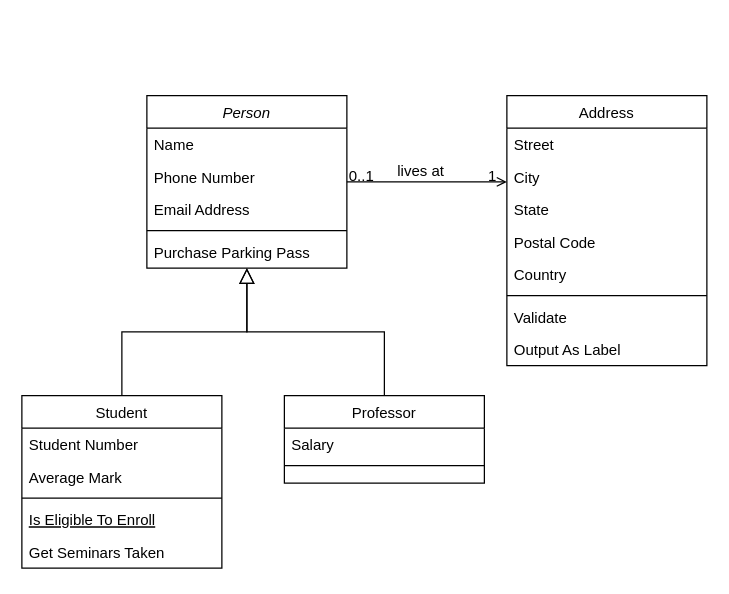
Above: Untitled Diagram.drawio in MiniWilford/Vehicles2022Maven (draw.io), before the change. Source tidied: cells renumbered, new cells numbered last; positions are measured from the earlier drawing's top-left corner, leaving out a move shared by most shapes. Both pictures are drawn from the tidied source at 125%, with x=0, y=0 at pixel (21, 95).
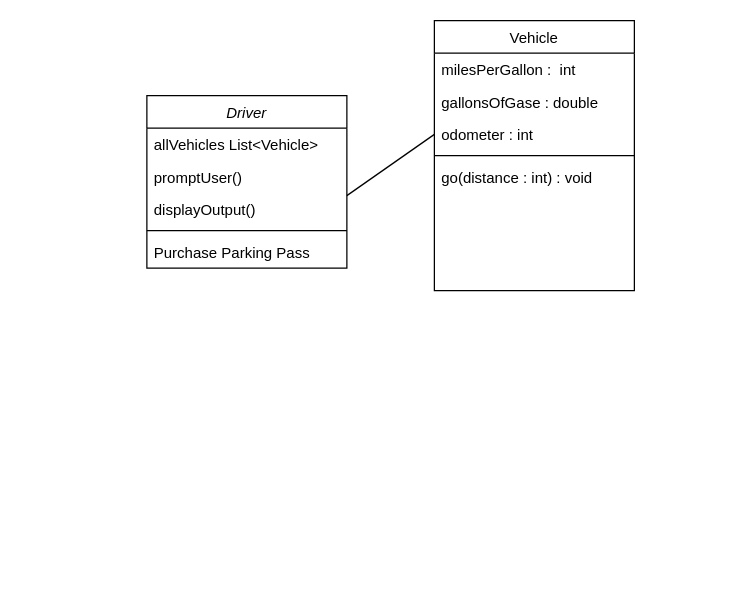
The same page after the edit.

Commit message:
Vehicles Class Diagram.drawio

Change to the diagram source:
```diff
@@
-    <mxCell id="2" value="Person" style="swimlane;fontStyle=2;align=center;verticalAlign=top;horizontal=1;startSize=26;rounded=0;shadow=0;strokeWidth=1;" parent="1" vertex="1">
+    <mxCell id="2" value="Driver" style="swimlane;fontStyle=2;align=center;verticalAlign=top;horizontal=1;startSize=26;rounded=0;shadow=0;strokeWidth=1;" parent="1" vertex="1">
       <mxGeometry x="100" width="160" height="138" as="geometry" />
     </mxCell>
-    <mxCell id="3" value="Name" style="text;align=left;verticalAlign=top;spacingLeft=4;spacingRight=4;overflow=hidden;" parent="2" vertex="1">
+    <mxCell id="3" value="allVehicles List&lt;Vehicle&gt;" style="text;align=left;verticalAlign=top;spacingLeft=4;spacingRight=4;overflow=hidden;" parent="2" vertex="1">
       <mxGeometry y="26" width="160" height="26" as="geometry" />
     </mxCell>
-    <mxCell id="4" value="Phone Number" style="text;align=left;verticalAlign=top;spacingLeft=4;spacingRight=4;overflow=hidden;rounded=0;shadow=0;html=0;" parent="2" vertex="1">
+    <mxCell id="4" value="promptUser()" style="text;align=left;verticalAlign=top;spacingLeft=4;spacingRight=4;overflow=hidden;rounded=0;shadow=0;html=0;" parent="2" vertex="1">
       <mxGeometry y="52" width="160" height="26" as="geometry" />
     </mxCell>
-    <mxCell id="5" value="Email Address" style="text;align=left;verticalAlign=top;spacingLeft=4;spacingRight=4;overflow=hidden;rounded=0;shadow=0;html=0;" parent="2" vertex="1">
+    <mxCell id="5" value="displayOutput()" style="text;align=left;verticalAlign=top;spacingLeft=4;spacingRight=4;overflow=hidden;rounded=0;shadow=0;html=0;" parent="2" vertex="1">
       <mxGeometry y="78" width="160" height="26" as="geometry" />
     </mxCell>
@@
-    <mxCell id="8" value="Student" style="swimlane;fontStyle=0;align=center;verticalAlign=top;horizontal=1;startSize=26;rounded=0;shadow=0;strokeWidth=1;" parent="1" vertex="1">
-      <mxGeometry y="240" width="160" height="138" as="geometry" />
-    </mxCell>
-    <mxCell id="9" value="Student Number" style="text;align=left;verticalAlign=top;spacingLeft=4;spacingRight=4;overflow=hidden;" parent="8" vertex="1">
-      <mxGeometry y="26" width="160" height="26" as="geometry" />
-    </mxCell>
-    <mxCell id="10" value="Average Mark" style="text;align=left;verticalAlign=top;spacingLeft=4;spacingRight=4;overflow=hidden;rounded=0;shadow=0;html=0;" parent="8" vertex="1">
-      <mxGeometry y="52" width="160" height="26" as="geometry" />
-    </mxCell>
-    <mxCell id="11" style="line;html=1;strokeWidth=1;align=left;verticalAlign=middle;spacingTop=-1;spacingLeft=3;spacingRight=3;labelPosition=right;" parent="8" vertex="1">
-      <mxGeometry y="78" width="160" height="8" as="geometry" />
-    </mxCell>
-    <mxCell id="12" value="Is Eligible To Enroll" style="text;align=left;verticalAlign=top;spacingLeft=4;spacingRight=4;overflow=hidden;fontStyle=4;" parent="8" vertex="1">
-      <mxGeometry y="86" width="160" height="26" as="geometry" />
-    </mxCell>
-    <mxCell id="13" value="Get Seminars Taken" style="text;align=left;verticalAlign=top;spacingLeft=4;spacingRight=4;overflow=hidden;" parent="8" vertex="1">
-      <mxGeometry y="112" width="160" height="26" as="geometry" />
-    </mxCell>
-    <mxCell id="14" style="endArrow=block;endSize=10;endFill=0;shadow=0;strokeWidth=1;rounded=0;edgeStyle=elbowEdgeStyle;elbow=vertical;" parent="1" edge="1" source="8" target="2">
-      <mxGeometry relative="1" as="geometry" />
-    </mxCell>
-    <mxCell id="15" value="Professor" style="swimlane;fontStyle=0;align=center;verticalAlign=top;horizontal=1;startSize=26;rounded=0;shadow=0;strokeWidth=1;" parent="1" vertex="1">
-      <mxGeometry x="210" y="240" width="160" height="70" as="geometry" />
-    </mxCell>
-    <mxCell id="16" value="Salary" style="text;align=left;verticalAlign=top;spacingLeft=4;spacingRight=4;overflow=hidden;" parent="15" vertex="1">
-      <mxGeometry y="26" width="160" height="26" as="geometry" />
-    </mxCell>
-    <mxCell id="17" style="line;html=1;strokeWidth=1;align=left;verticalAlign=middle;spacingTop=-1;spacingLeft=3;spacingRight=3;labelPosition=right;" parent="15" vertex="1">
-      <mxGeometry y="52" width="160" height="8" as="geometry" />
-    </mxCell>
-    <mxCell id="18" style="endArrow=block;endSize=10;endFill=0;shadow=0;strokeWidth=1;rounded=0;edgeStyle=elbowEdgeStyle;elbow=vertical;" parent="1" edge="1" source="15" target="2">
-      <mxGeometry relative="1" as="geometry" />
-    </mxCell>
-    <mxCell id="19" value="Address" style="swimlane;fontStyle=0;align=center;verticalAlign=top;horizontal=1;startSize=26;rounded=0;shadow=0;strokeWidth=1;" parent="1" vertex="1">
-      <mxGeometry x="388" width="160" height="216" as="geometry" />
+    <mxCell id="19" value="Vehicle" style="swimlane;fontStyle=0;align=center;verticalAlign=top;horizontal=1;startSize=26;rounded=0;shadow=0;strokeWidth=1;" parent="1" vertex="1">
+      <mxGeometry x="330" y="-60" width="160" height="216" as="geometry" />
     </mxCell>
-    <mxCell id="20" value="Street" style="text;align=left;verticalAlign=top;spacingLeft=4;spacingRight=4;overflow=hidden;" parent="19" vertex="1">
+    <mxCell id="20" value="milesPerGallon :  int" style="text;align=left;verticalAlign=top;spacingLeft=4;spacingRight=4;overflow=hidden;" parent="19" vertex="1">
       <mxGeometry y="26" width="160" height="26" as="geometry" />
     </mxCell>
-    <mxCell id="21" value="City" style="text;align=left;verticalAlign=top;spacingLeft=4;spacingRight=4;overflow=hidden;rounded=0;shadow=0;html=0;" parent="19" vertex="1">
+    <mxCell id="21" value="gallonsOfGase : double" style="text;align=left;verticalAlign=top;spacingLeft=4;spacingRight=4;overflow=hidden;rounded=0;shadow=0;html=0;" parent="19" vertex="1">
       <mxGeometry y="52" width="160" height="26" as="geometry" />
     </mxCell>
-    <mxCell id="22" value="State" style="text;align=left;verticalAlign=top;spacingLeft=4;spacingRight=4;overflow=hidden;points=[[0,0.5],[1,0.5]];portConstraint=eastwest;rounded=0;shadow=0;html=0;" parent="19" vertex="1">
+    <mxCell id="22" value="odometer : int" style="text;align=left;verticalAlign=top;spacingLeft=4;spacingRight=4;overflow=hidden;points=[[0,0.5],[1,0.5]];portConstraint=eastwest;rounded=0;shadow=0;html=0;" parent="19" vertex="1">
       <mxGeometry y="78" width="160" height="26" as="geometry" />
     </mxCell>
-    <mxCell id="23" value="Postal Code" style="text;align=left;verticalAlign=top;spacingLeft=4;spacingRight=4;overflow=hidden;rounded=0;shadow=0;html=0;" parent="19" vertex="1">
-      <mxGeometry y="104" width="160" height="26" as="geometry" />
-    </mxCell>
-    <mxCell id="24" value="Country" style="text;align=left;verticalAlign=top;spacingLeft=4;spacingRight=4;overflow=hidden;rounded=0;shadow=0;html=0;" parent="19" vertex="1">
-      <mxGeometry y="130" width="160" height="26" as="geometry" />
-    </mxCell>
     <mxCell id="25" style="line;html=1;strokeWidth=1;align=left;verticalAlign=middle;spacingTop=-1;spacingLeft=3;spacingRight=3;labelPosition=right;" parent="19" vertex="1">
-      <mxGeometry y="156" width="160" height="8" as="geometry" />
+      <mxGeometry y="104" width="160" height="8" as="geometry" />
     </mxCell>
-    <mxCell id="26" value="Validate" style="text;align=left;verticalAlign=top;spacingLeft=4;spacingRight=4;overflow=hidden;" parent="19" vertex="1">
-      <mxGeometry y="164" width="160" height="26" as="geometry" />
+    <mxCell id="26" value="go(distance : int) : void" style="text;align=left;verticalAlign=top;spacingLeft=4;spacingRight=4;overflow=hidden;" parent="19" vertex="1">
+      <mxGeometry y="112" width="160" height="26" as="geometry" />
     </mxCell>
-    <mxCell id="27" value="Output As Label" style="text;align=left;verticalAlign=top;spacingLeft=4;spacingRight=4;overflow=hidden;" parent="19" vertex="1">
-      <mxGeometry y="190" width="160" height="26" as="geometry" />
-    </mxCell>
-    <mxCell id="28" style="endArrow=open;shadow=0;strokeWidth=1;rounded=0;endFill=1;edgeStyle=elbowEdgeStyle;elbow=vertical;" parent="1" edge="1" source="2" target="19">
-      <mxGeometry x="0.5" y="41" relative="1" as="geometry">
-        <mxPoint x="-40" y="32" as="offset" />
-      </mxGeometry>
-    </mxCell>
-    <mxCell id="29" value="0..1" style="align=left;verticalAlign=bottom;labelBackgroundColor=none;fontSize=12;" parent="28" vertex="1">
-      <mxGeometry x="-1" relative="1" as="geometry">
-        <mxPoint y="4" as="offset" />
-      </mxGeometry>
-    </mxCell>
-    <mxCell id="30" value="1" style="align=right;verticalAlign=bottom;labelBackgroundColor=none;fontSize=12;" parent="28" vertex="1">
-      <mxGeometry x="1" relative="1" as="geometry">
-        <mxPoint x="-7" y="4" as="offset" />
-      </mxGeometry>
-    </mxCell>
-    <mxCell id="31" value="lives at" style="text;html=1;align=center;verticalAlign=middle;labelBackgroundColor=none;rounded=0;shadow=0;strokeWidth=1;fontSize=12;" parent="28" vertex="1">
-      <mxGeometry x="0.5" y="49" relative="1" as="geometry">
-        <mxPoint x="-38" y="40" as="offset" />
-      </mxGeometry>
-    </mxCell>
+    <mxCell id="32" style="endArrow=none;html=1;rounded=0;entryX=0;entryY=0.5;entryDx=0;entryDy=0;" parent="1" edge="1" target="22">
+      <mxGeometry relative="1" as="geometry">
+        <mxPoint x="260" y="80" as="sourcePoint" />
+      </mxGeometry>
+    </mxCell>
```
